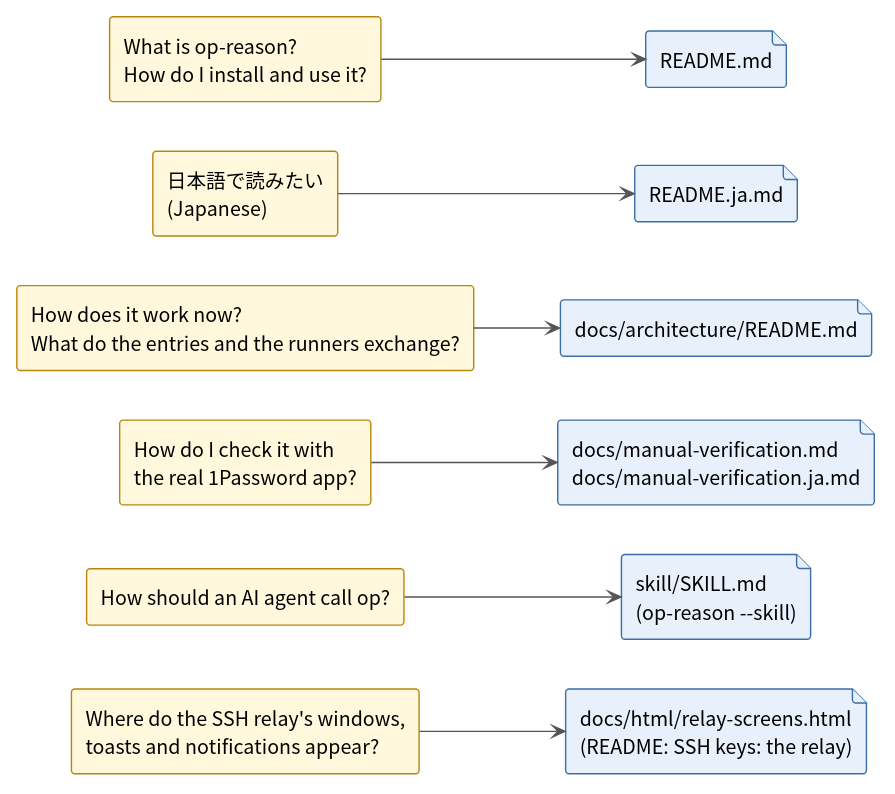
Earlier version of the PlantUML export docs/plantuml/out/01_map.svg (pollenjp/op-reason).
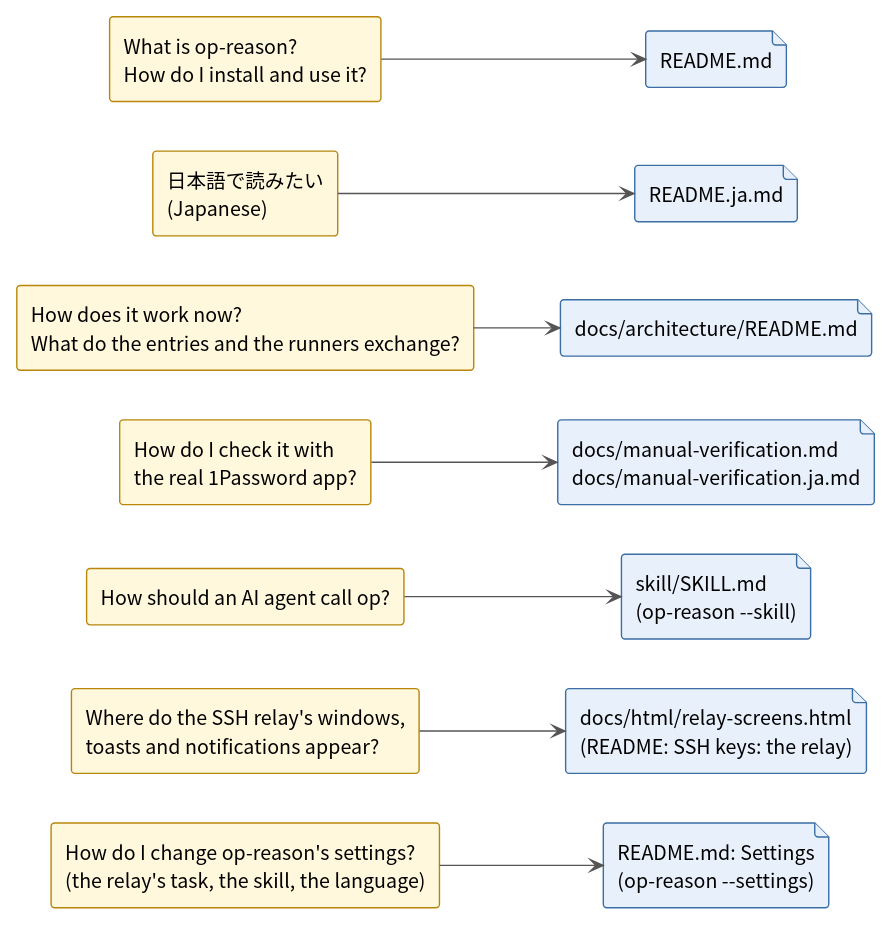
The same file after the commit.

Commit message:
docs: the documents map and its index name the settings

What changed in the source:
```diff
@@ -12,6 +12,7 @@
   BorderColor #3A6EA5
 }
 
+rectangle "How do I change op-reason's settings?\n(the relay's task, the skill, the language)" as Q7
 rectangle "Where do the SSH relay's windows,\ntoasts and notifications appear?" as Q6
 rectangle "How should an AI agent call op?" as Q4
 rectangle "How do I check it with\nthe real 1Password app?" as Q3
@@ -19,6 +20,7 @@
 rectangle "日本語で読みたい\n(Japanese)" as Q5
 rectangle "What is op-reason?\nHow do I install and use it?" as Q1
 
+file "README.md: Settings\n(op-reason --settings)" as P7
 file "docs/html/relay-screens.html\n(README: SSH keys: the relay)" as P6
 file "skill/SKILL.md\n(op-reason --skill)" as P4
 file "docs/manual-verification.md\ndocs/manual-verification.ja.md" as P3
@@ -26,6 +28,7 @@
 file "README.ja.md" as P5
 file "README.md" as P1
 
+Q7 --> P7
 Q6 --> P6
 Q4 --> P4
 Q3 --> P3
```
